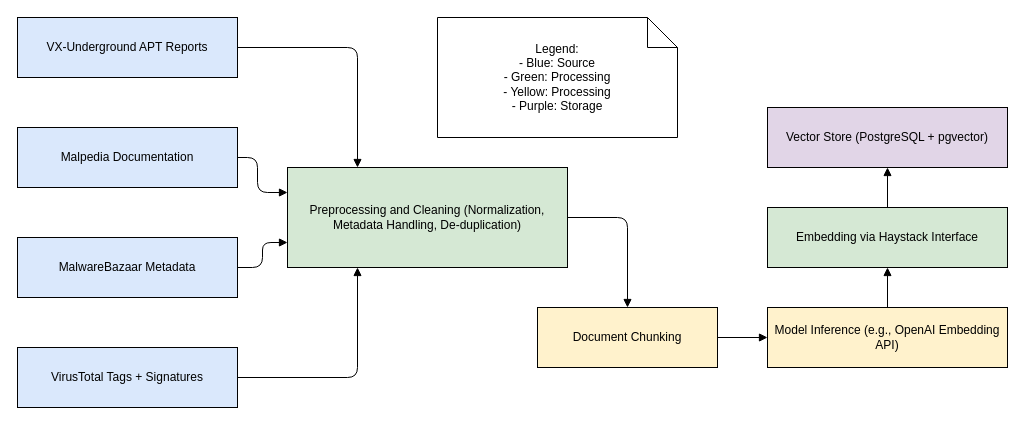
Above: diagrams/data-ingestion.drawio in andremmfaria/masters-thesis (draw.io), before the change. Source tidied: cells renumbered, new cells numbered last; positions are measured from the earlier drawing's top-left corner, leaving out a move shared by most shapes. Both pictures are drawn from the tidied source at 100%, with x=0, y=0 at pixel (17, 17).
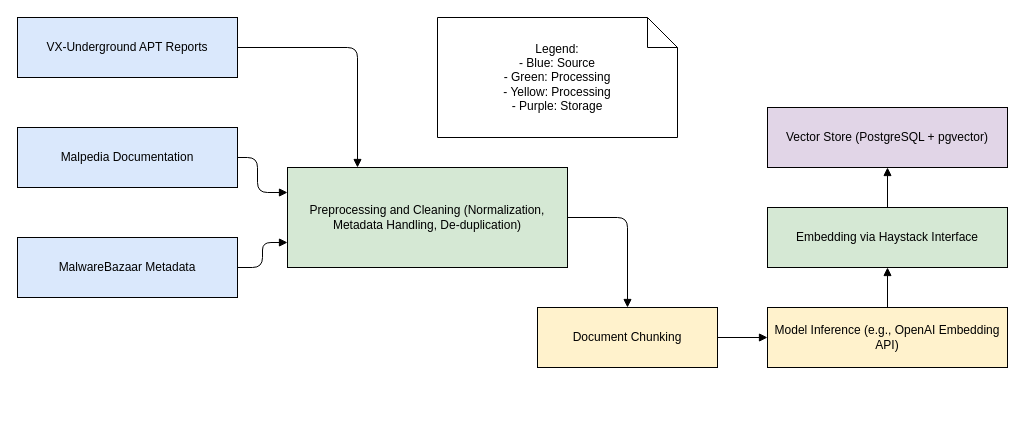
The same diagram, later.

The change refers to these unchanged cells:
```xml
<mxCell id="18" value="Preprocessing and Cleaning (Normalization, Metadata Handling, De-duplication)" style="shape=rectangle;whiteSpace=wrap;html=1;fillColor=#D5E8D4;" parent="1" vertex="1">
  <mxGeometry x="270" y="150" width="280" height="100" as="geometry" />
</mxCell>
```

What changed in the source:
```diff
@@
-    <mxCell id="5" value="VirusTotal Tags + Signatures" style="shape=rectangle;whiteSpace=wrap;html=1;fillColor=#DAE8FC;" parent="1" vertex="1">
-      <mxGeometry y="330" width="220" height="60" as="geometry" />
-    </mxCell>
@@
-    <mxCell id="11" style="edgeStyle=orthogonalEdgeStyle;endArrow=block;html=1;entryX=0.25;entryY=1;entryDx=0;entryDy=0;" parent="1" edge="1" source="5" target="18">
-      <mxGeometry relative="1" as="geometry" />
-    </mxCell>
```
